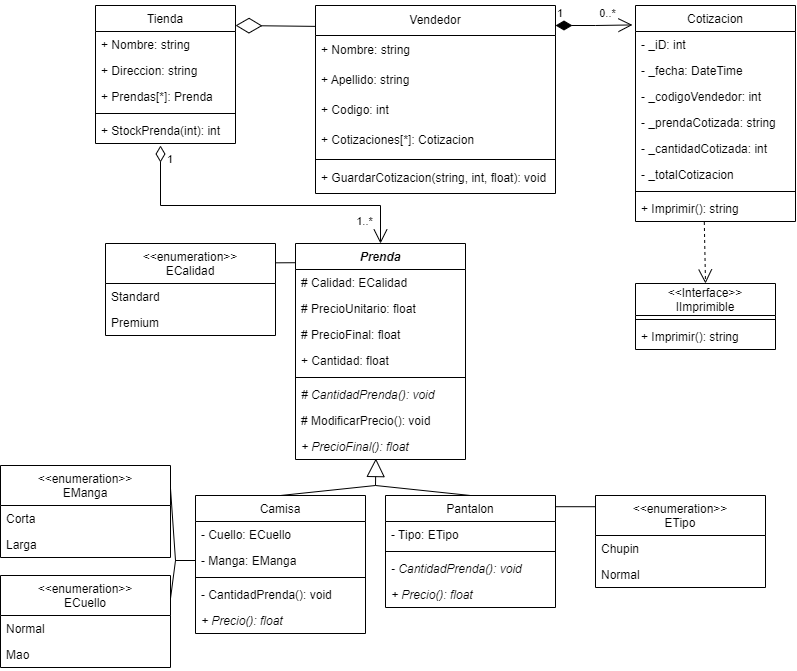
The draw.io diagram (UML) CotizadorExpress.png in DK-milo/CotizadorExpress, before a commit. Source tidied: cells renumbered, new cells last; positions are measured from the earlier drawing's top-left corner, leaving out a move shared by most shapes.
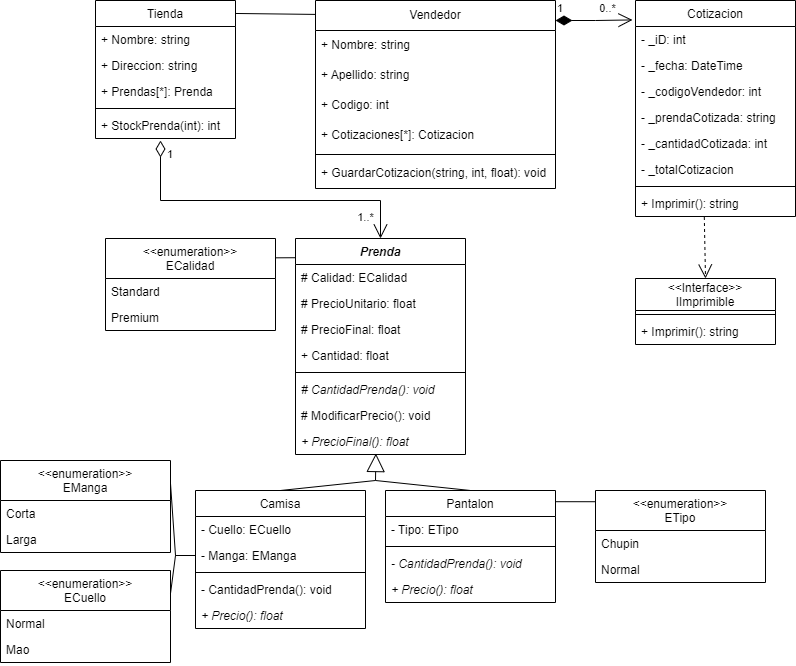
Later version of the same file.

Commit message:
Updated UML diagram

Diff of the diagram source:
```diff
@@ -61,11 +61,6 @@
     <mxCell id="18" value="+ StockPrenda(int): int" style="text;strokeColor=none;fillColor=none;align=left;verticalAlign=top;spacingLeft=4;spacingRight=4;overflow=hidden;" parent="13" vertex="1">
       <mxGeometry y="112" width="140" height="26" as="geometry" />
     </mxCell>
-    <mxCell id="19" style="endArrow=diamondThin;endFill=0;endSize=24;html=1;rounded=0;exitX=-0.001;exitY=0.111;exitDx=0;exitDy=0;exitPerimeter=0;" parent="1" edge="1" source="4">
-      <mxGeometry relative="1" as="geometry">
-        <mxPoint x="235" y="20" as="targetPoint" />
-      </mxGeometry>
-    </mxCell>
     <mxCell id="20" value="Cotizacion" style="swimlane;fontStyle=0;align=center;verticalAlign=top;horizontal=1;startSize=26;" parent="1" vertex="1">
       <mxGeometry x="635" width="160" height="216" as="geometry" />
     </mxCell>
@@ -247,5 +242,8 @@
     <mxCell id="72" style="endArrow=open;endSize=12;dashed=1;html=1;rounded=0;entryX=0.5;entryY=0;entryDx=0;entryDy=0;exitX=0.43;exitY=1.019;exitDx=0;exitDy=0;exitPerimeter=0;" parent="1" edge="1" source="28" target="69">
       <mxGeometry relative="1" as="geometry" />
     </mxCell>
+    <mxCell id="73" style="endArrow=none;html=1;rounded=0;exitX=1;exitY=0.094;exitDx=0;exitDy=0;exitPerimeter=0;entryX=0;entryY=0.074;entryDx=0;entryDy=0;entryPerimeter=0;" parent="1" edge="1" source="13" target="4">
+      <mxGeometry relative="1" as="geometry" />
+    </mxCell>
   </root>
 </mxGraphModel>
```
